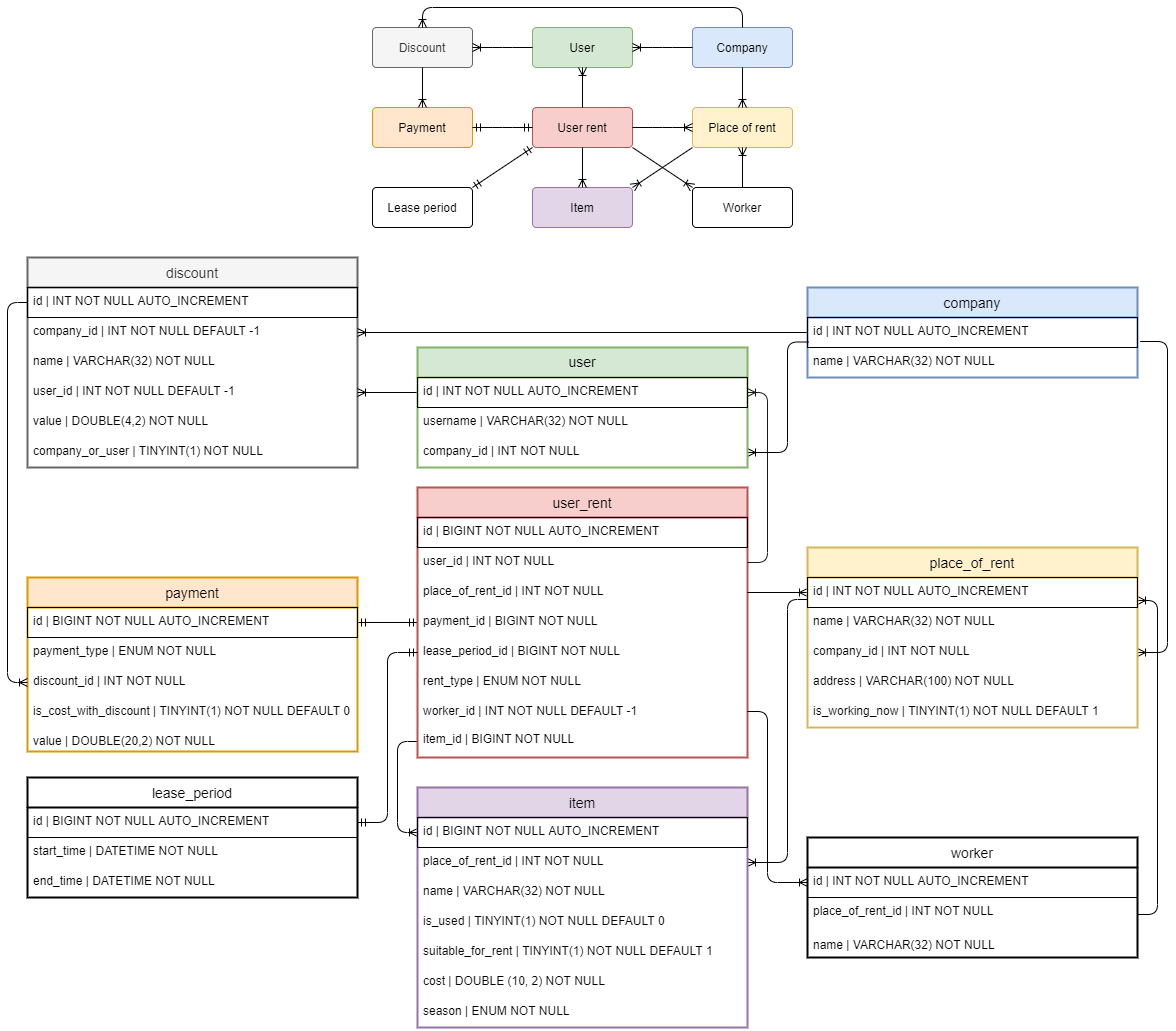
Above: erd/v3.png in Anastasia-Semenova/11-904_DB (draw.io), before the change. Source tidied: cells renumbered, new cells last; positions are measured from the earlier drawing's top-left corner, leaving out a move shared by most shapes.
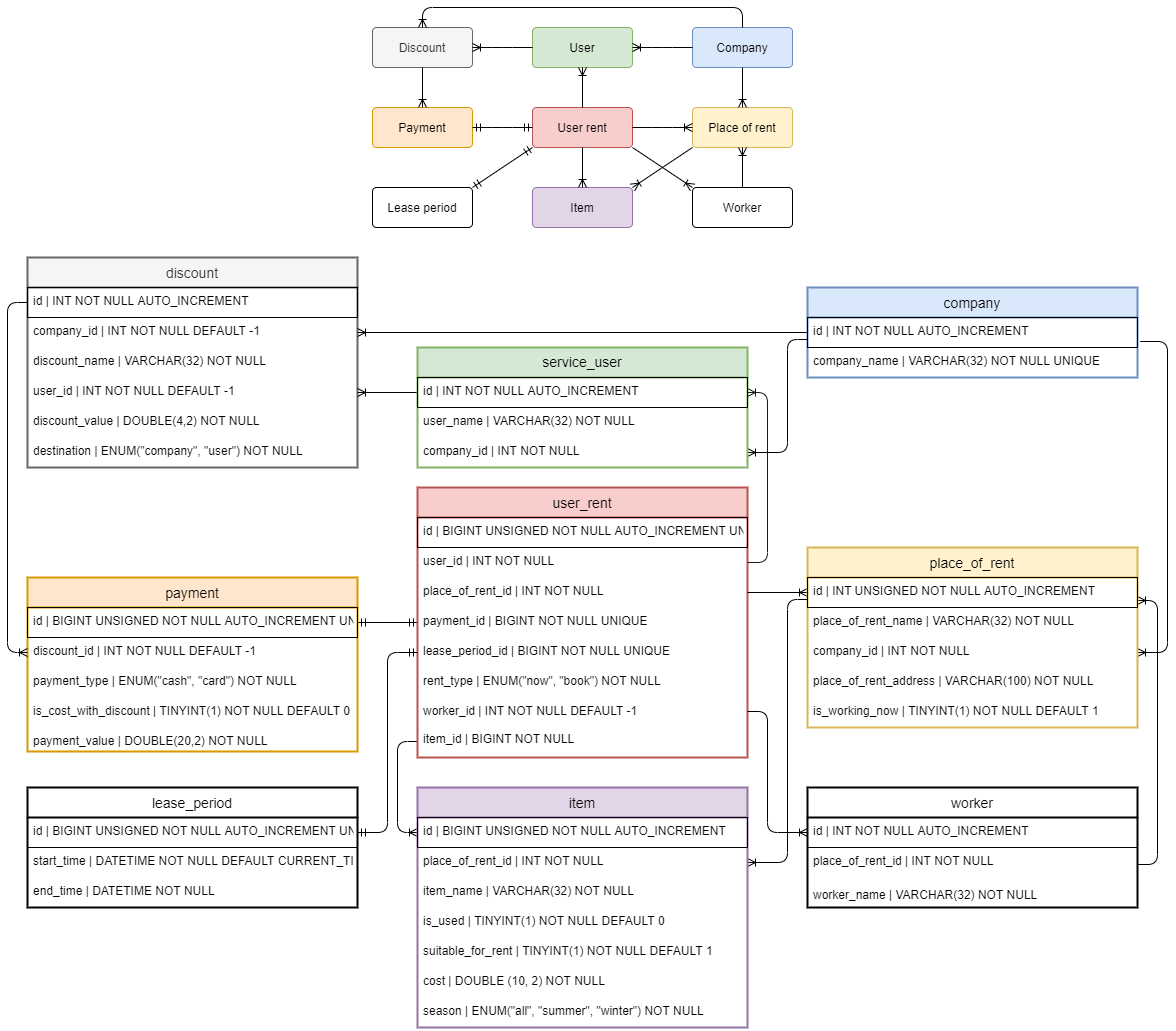
Later version of the same file.

Diff of the diagram source:
```diff
@@ -13,3 +13,3 @@
     </mxCell>
-    <mxCell id="5" value="name | VARCHAR(32) NOT NULL" style="text;strokeColor=none;fillColor=none;spacingLeft=4;spacingRight=4;overflow=hidden;fontSize=12;sketch=0;shadow=0;" parent="2" vertex="1">
+    <mxCell id="5" value="discount_name | VARCHAR(32) NOT NULL" style="text;strokeColor=none;fillColor=none;spacingLeft=4;spacingRight=4;overflow=hidden;fontSize=12;sketch=0;shadow=0;" parent="2" vertex="1">
       <mxGeometry y="90" width="330" height="30" as="geometry" />
@@ -19,6 +19,6 @@
     </mxCell>
-    <mxCell id="7" value="value | DOUBLE(4,2) NOT NULL" style="text;strokeColor=none;fillColor=none;spacingLeft=4;spacingRight=4;overflow=hidden;fontSize=12;sketch=0;shadow=0;" parent="2" vertex="1">
+    <mxCell id="7" value="discount_value | DOUBLE(4,2) NOT NULL" style="text;strokeColor=none;fillColor=none;spacingLeft=4;spacingRight=4;overflow=hidden;fontSize=12;sketch=0;shadow=0;" parent="2" vertex="1">
       <mxGeometry y="150" width="330" height="30" as="geometry" />
     </mxCell>
-    <mxCell id="8" value="company_or_user | TINYINT(1) NOT NULL" style="text;strokeColor=none;fillColor=none;spacingLeft=4;spacingRight=4;overflow=hidden;fontSize=12;sketch=0;shadow=0;" parent="2" vertex="1">
+    <mxCell id="8" value="destination | ENUM(&quot;company&quot;, &quot;user&quot;) NOT NULL" style="text;strokeColor=none;fillColor=none;spacingLeft=4;spacingRight=4;overflow=hidden;fontSize=12;sketch=0;shadow=0;" parent="2" vertex="1">
       <mxGeometry y="180" width="330" height="30" as="geometry" />
@@ -40,3 +40,3 @@
     </mxCell>
-    <mxCell id="12" value="id | BIGINT NOT NULL AUTO_INCREMENT" style="text;fillColor=none;spacingLeft=4;spacingRight=4;overflow=hidden;fontSize=12;strokeColor=#000000;sketch=0;shadow=0;" parent="11" vertex="1">
+    <mxCell id="12" value="id | BIGINT UNSIGNED NOT NULL AUTO_INCREMENT UNIQUE" style="text;fillColor=none;spacingLeft=4;spacingRight=4;overflow=hidden;fontSize=12;strokeColor=#000000;sketch=0;shadow=0;" parent="11" vertex="1">
       <mxGeometry y="30" width="330" height="30" as="geometry" />
@@ -49,9 +49,9 @@
     </mxCell>
-    <mxCell id="15" value="payment_id | BIGINT NOT NULL" style="text;strokeColor=none;fillColor=none;spacingLeft=4;spacingRight=4;overflow=hidden;points=[[0,0.5],[1,0.5]];portConstraint=eastwest;fontSize=12;sketch=0;shadow=0;" parent="11" vertex="1">
+    <mxCell id="15" value="payment_id | BIGINT NOT NULL UNIQUE" style="text;strokeColor=none;fillColor=none;spacingLeft=4;spacingRight=4;overflow=hidden;points=[[0,0.5],[1,0.5]];portConstraint=eastwest;fontSize=12;sketch=0;shadow=0;" parent="11" vertex="1">
       <mxGeometry y="120" width="330" height="30" as="geometry" />
     </mxCell>
-    <mxCell id="16" value="lease_period_id | BIGINT NOT NULL" style="text;strokeColor=none;fillColor=none;spacingLeft=4;spacingRight=4;overflow=hidden;points=[[0,0.5],[1,0.5]];portConstraint=eastwest;fontSize=12;sketch=0;shadow=0;" parent="11" vertex="1">
+    <mxCell id="16" value="lease_period_id | BIGINT NOT NULL UNIQUE" style="text;strokeColor=none;fillColor=none;spacingLeft=4;spacingRight=4;overflow=hidden;points=[[0,0.5],[1,0.5]];portConstraint=eastwest;fontSize=12;sketch=0;shadow=0;" parent="11" vertex="1">
       <mxGeometry y="150" width="330" height="30" as="geometry" />
     </mxCell>
-    <mxCell id="17" value="rent_type | ENUM NOT NULL" style="text;strokeColor=none;fillColor=none;spacingLeft=4;spacingRight=4;overflow=hidden;fontSize=12;sketch=0;shadow=0;" parent="11" vertex="1">
+    <mxCell id="17" value="rent_type | ENUM(&quot;now&quot;, &quot;book&quot;) NOT NULL" style="text;strokeColor=none;fillColor=none;spacingLeft=4;spacingRight=4;overflow=hidden;fontSize=12;sketch=0;shadow=0;" parent="11" vertex="1">
       <mxGeometry y="180" width="330" height="30" as="geometry" />
@@ -64,3 +64,3 @@
     </mxCell>
-    <mxCell id="20" style="fontSize=12;html=1;endArrow=ERoneToMany;exitX=0;exitY=0.5;exitDx=0;exitDy=0;sketch=0;shadow=0;elbow=vertical;" parent="1" edge="1" source="22" target="4">
+    <mxCell id="20" style="fontSize=12;html=1;endArrow=ERoneToMany;exitX=0;exitY=0.5;exitDx=0;exitDy=0;sketch=0;shadow=0;elbow=vertical;fillColor=#d5e8d4;" parent="1" edge="1" source="22" target="4">
       <mxGeometry relative="1" as="geometry" />
@@ -73,9 +73,9 @@
     </mxCell>
-    <mxCell id="23" value="name | VARCHAR(32) NOT NULL" style="text;strokeColor=none;fillColor=none;spacingLeft=4;spacingRight=4;overflow=hidden;fontSize=12;sketch=0;shadow=0;" parent="21" vertex="1">
+    <mxCell id="23" value="company_name | VARCHAR(32) NOT NULL UNIQUE" style="text;strokeColor=none;fillColor=none;spacingLeft=4;spacingRight=4;overflow=hidden;fontSize=12;sketch=0;shadow=0;" parent="21" vertex="1">
       <mxGeometry y="60" width="330" height="30" as="geometry" />
     </mxCell>
-    <mxCell id="24" style="fontSize=12;html=1;endArrow=ERoneToMany;exitX=0;exitY=0.5;exitDx=0;exitDy=0;sketch=0;exitPerimeter=0;shadow=0;entryX=1;entryY=0.5;entryDx=0;entryDy=0;" parent="1" edge="1" source="29" target="6">
+    <mxCell id="24" style="fontSize=12;html=1;endArrow=ERoneToMany;exitX=0;exitY=0.5;exitDx=0;exitDy=0;sketch=0;exitPerimeter=0;shadow=0;entryX=1;entryY=0.5;entryDx=0;entryDy=0;fillColor=#d5e8d4;" parent="1" edge="1" source="29" target="6">
       <mxGeometry relative="1" as="geometry" />
     </mxCell>
-    <mxCell id="25" style="fontSize=12;html=1;endArrow=ERoneToMany;exitX=1.008;exitY=0.8;exitDx=0;exitDy=0;entryX=1;entryY=0.5;entryDx=0;entryDy=0;sketch=0;exitPerimeter=0;shadow=0;edgeStyle=elbowEdgeStyle;" parent="1" edge="1" source="22" target="43">
+    <mxCell id="25" style="fontSize=12;html=1;endArrow=ERoneToMany;exitX=1.008;exitY=0.8;exitDx=0;exitDy=0;entryX=1;entryY=0.5;entryDx=0;entryDy=0;sketch=0;exitPerimeter=0;shadow=0;edgeStyle=elbowEdgeStyle;noLabel=1;fontColor=none;fillColor=#d5e8d4;" parent="1" edge="1" source="22" target="43">
       <mxGeometry relative="1" as="geometry">
@@ -86,3 +86,3 @@
     </mxCell>
-    <mxCell id="26" style="fontSize=12;html=1;endArrow=ERoneToMany;exitX=0.004;exitY=0.817;exitDx=0;exitDy=0;entryX=1;entryY=0.5;entryDx=0;entryDy=0;sketch=0;shadow=0;exitPerimeter=0;edgeStyle=elbowEdgeStyle;" parent="1" edge="1" source="22" target="31">
+    <mxCell id="26" style="fontSize=12;html=1;endArrow=ERoneToMany;exitX=0;exitY=0.733;exitDx=0;exitDy=0;entryX=1;entryY=0.5;entryDx=0;entryDy=0;sketch=0;shadow=0;exitPerimeter=0;edgeStyle=elbowEdgeStyle;fillColor=#d5e8d4;" parent="1" edge="1" source="22" target="31">
       <mxGeometry relative="1" as="geometry">
@@ -97,3 +97,3 @@
     </mxCell>
-    <mxCell id="28" value="user" style="swimlane;horizontal=1;startSize=30;rounded=0;fontSize=14;fontStyle=0;strokeWidth=2;shadow=0;dashed=0;align=center;fillColor=#d5e8d4;strokeColor=#82b366;swimlaneFillColor=none;glass=0;swimlaneLine=1;verticalAlign=top;labelBorderColor=none;labelBackgroundColor=none;sketch=0;" parent="1" vertex="1">
+    <mxCell id="28" value="service_user" style="swimlane;horizontal=1;startSize=30;rounded=0;fontSize=14;fontStyle=0;strokeWidth=2;shadow=0;dashed=0;align=center;fillColor=#d5e8d4;strokeColor=#82b366;swimlaneFillColor=none;glass=0;swimlaneLine=1;verticalAlign=top;labelBorderColor=none;labelBackgroundColor=none;sketch=0;" parent="1" vertex="1">
       <mxGeometry x="410" y="340" width="330" height="120" as="geometry" />
@@ -103,3 +103,3 @@
     </mxCell>
-    <mxCell id="30" value="username | VARCHAR(32) NOT NULL" style="text;strokeColor=none;fillColor=none;spacingLeft=4;spacingRight=4;overflow=hidden;fontSize=12;sketch=0;shadow=0;" parent="28" vertex="1">
+    <mxCell id="30" value="user_name | VARCHAR(32) NOT NULL" style="text;strokeColor=none;fillColor=none;spacingLeft=4;spacingRight=4;overflow=hidden;fontSize=12;sketch=0;shadow=0;" parent="28" vertex="1">
       <mxGeometry y="60" width="330" height="30" as="geometry" />
@@ -112,11 +112,11 @@
     </mxCell>
-    <mxCell id="33" value="id | BIGINT NOT NULL AUTO_INCREMENT" style="text;fillColor=none;spacingLeft=4;spacingRight=4;overflow=hidden;points=[[0,0.5],[1,0.5]];portConstraint=eastwest;fontSize=12;strokeColor=#000000;sketch=0;shadow=0;" parent="32" vertex="1">
+    <mxCell id="33" value="id | BIGINT UNSIGNED NOT NULL AUTO_INCREMENT UNIQUE" style="text;fillColor=none;spacingLeft=4;spacingRight=4;overflow=hidden;points=[[0,0.5],[1,0.5]];portConstraint=eastwest;fontSize=12;strokeColor=#000000;sketch=0;shadow=0;" parent="32" vertex="1">
       <mxGeometry y="30" width="330" height="30" as="geometry" />
     </mxCell>
+    <mxCell id="35" value="discount_id | INT NOT NULL DEFAULT -1" style="text;strokeColor=none;fillColor=none;spacingLeft=4;spacingRight=4;overflow=hidden;points=[[0,0.5],[1,0.5]];portConstraint=eastwest;fontSize=12;sketch=0;shadow=0;" parent="32" vertex="1">
+      <mxGeometry y="60" width="330" height="30" as="geometry" />
+    </mxCell>
-    <mxCell id="34" value="payment_type | ENUM NOT NULL" style="text;strokeColor=none;fillColor=none;spacingLeft=4;spacingRight=4;overflow=hidden;fontSize=12;sketch=0;shadow=0;" parent="32" vertex="1">
-      <mxGeometry y="60" width="330" height="30" as="geometry" />
+    <mxCell id="34" value="payment_type | ENUM(&quot;cash&quot;, &quot;card&quot;) NOT NULL" style="text;strokeColor=none;fillColor=none;spacingLeft=4;spacingRight=4;overflow=hidden;fontSize=12;sketch=0;shadow=0;" parent="32" vertex="1">
+      <mxGeometry y="90" width="330" height="30" as="geometry" />
     </mxCell>
-    <mxCell id="35" value="discount_id | INT NOT NULL" style="text;strokeColor=none;fillColor=none;spacingLeft=4;spacingRight=4;overflow=hidden;points=[[0,0.5],[1,0.5]];portConstraint=eastwest;fontSize=12;sketch=0;shadow=0;" parent="32" vertex="1">
-      <mxGeometry y="90" width="330" height="30" as="geometry" />
-    </mxCell>
     <mxCell id="36" value="is_cost_with_discount | TINYINT(1) NOT NULL DEFAULT 0" style="text;strokeColor=none;fillColor=none;spacingLeft=4;spacingRight=4;overflow=hidden;fontSize=12;sketch=0;shadow=0;" parent="32" vertex="1">
@@ -124,6 +124,6 @@
     </mxCell>
-    <mxCell id="37" value="value | DOUBLE(20,2) NOT NULL" style="text;strokeColor=none;fillColor=none;spacingLeft=4;spacingRight=4;overflow=hidden;fontSize=12;sketch=0;shadow=0;" parent="32" vertex="1">
+    <mxCell id="37" value="payment_value | DOUBLE(20,2) NOT NULL" style="text;strokeColor=none;fillColor=none;spacingLeft=4;spacingRight=4;overflow=hidden;fontSize=12;sketch=0;shadow=0;" parent="32" vertex="1">
       <mxGeometry y="150" width="330" height="24" as="geometry" />
     </mxCell>
-    <mxCell id="38" style="fontSize=12;html=1;endArrow=ERoneToMany;entryX=1;entryY=0.767;entryDx=0;entryDy=0;sketch=0;exitX=1;exitY=0.5;exitDx=0;exitDy=0;entryPerimeter=0;shadow=0;edgeStyle=elbowEdgeStyle;" parent="1" edge="1" source="62" target="41">
+    <mxCell id="38" style="fontSize=12;html=1;endArrow=ERoneToMany;entryX=1;entryY=0.767;entryDx=0;entryDy=0;sketch=0;exitX=1;exitY=0.5;exitDx=0;exitDy=0;entryPerimeter=0;shadow=0;edgeStyle=elbowEdgeStyle;fillColor=#d5e8d4;" parent="1" edge="1" source="62" target="41">
       <mxGeometry relative="1" as="geometry">
@@ -147,6 +147,6 @@
     </mxCell>
-    <mxCell id="41" value="id | INT NOT NULL AUTO_INCREMENT" style="text;fillColor=none;spacingLeft=4;spacingRight=4;overflow=hidden;points=[[0,0.5],[1,0.5]];portConstraint=eastwest;fontSize=12;strokeColor=#000000;sketch=0;shadow=0;" parent="40" vertex="1">
+    <mxCell id="41" value="id | INT UNSIGNED NOT NULL AUTO_INCREMENT" style="text;fillColor=none;spacingLeft=4;spacingRight=4;overflow=hidden;points=[[0,0.5],[1,0.5]];portConstraint=eastwest;fontSize=12;strokeColor=#000000;sketch=0;shadow=0;" parent="40" vertex="1">
       <mxGeometry y="30" width="330" height="30" as="geometry" />
     </mxCell>
-    <mxCell id="42" value="name | VARCHAR(32) NOT NULL" style="text;strokeColor=none;fillColor=none;spacingLeft=4;spacingRight=4;overflow=hidden;fontSize=12;sketch=0;shadow=0;" parent="40" vertex="1">
+    <mxCell id="42" value="place_of_rent_name | VARCHAR(32) NOT NULL" style="text;strokeColor=none;fillColor=none;spacingLeft=4;spacingRight=4;overflow=hidden;fontSize=12;sketch=0;shadow=0;" parent="40" vertex="1">
       <mxGeometry y="60" width="330" height="30" as="geometry" />
@@ -156,3 +156,3 @@
     </mxCell>
-    <mxCell id="44" value="address | VARCHAR(100) NOT NULL" style="text;strokeColor=none;fillColor=none;spacingLeft=4;spacingRight=4;overflow=hidden;fontSize=12;sketch=0;shadow=0;" parent="40" vertex="1">
+    <mxCell id="44" value="place_of_rent_address | VARCHAR(100) NOT NULL" style="text;strokeColor=none;fillColor=none;spacingLeft=4;spacingRight=4;overflow=hidden;fontSize=12;sketch=0;shadow=0;" parent="40" vertex="1">
       <mxGeometry y="120" width="330" height="30" as="geometry" />
@@ -165,2 +165,4 @@
         <Array as="points">
+          <mxPoint x="380" y="710" />
+          <mxPoint x="370" y="730" />
           <mxPoint x="380" y="730" />
@@ -169,3 +171,3 @@
     </mxCell>
-    <mxCell id="47" style="fontSize=12;html=1;endArrow=ERoneToMany;entryX=1;entryY=0.5;entryDx=0;entryDy=0;sketch=0;exitX=0;exitY=0.733;exitDx=0;exitDy=0;shadow=0;edgeStyle=elbowEdgeStyle;exitPerimeter=0;" parent="1" edge="1" source="41" target="50">
+    <mxCell id="47" style="fontSize=12;html=1;endArrow=ERoneToMany;entryX=1;entryY=0.5;entryDx=0;entryDy=0;sketch=0;exitX=0;exitY=0.733;exitDx=0;exitDy=0;shadow=0;edgeStyle=elbowEdgeStyle;exitPerimeter=0;fillColor=#d5e8d4;" parent="1" edge="1" source="41" target="50">
       <mxGeometry relative="1" as="geometry">
@@ -180,3 +182,3 @@
     </mxCell>
-    <mxCell id="49" value="id | BIGINT NOT NULL AUTO_INCREMENT" style="text;fillColor=none;spacingLeft=4;spacingRight=4;overflow=hidden;points=[[0,0.5],[1,0.5]];portConstraint=eastwest;fontSize=12;strokeColor=#000000;sketch=0;shadow=0;" parent="48" vertex="1">
+    <mxCell id="49" value="id | BIGINT UNSIGNED NOT NULL AUTO_INCREMENT" style="text;fillColor=none;spacingLeft=4;spacingRight=4;overflow=hidden;points=[[0,0.5],[1,0.5]];portConstraint=eastwest;fontSize=12;strokeColor=#000000;sketch=0;shadow=0;" parent="48" vertex="1">
       <mxGeometry y="30" width="330" height="30" as="geometry" />
@@ -186,3 +188,3 @@
     </mxCell>
-    <mxCell id="51" value="name | VARCHAR(32) NOT NULL" style="text;strokeColor=none;fillColor=none;spacingLeft=4;spacingRight=4;overflow=hidden;fontSize=12;sketch=0;shadow=0;" parent="48" vertex="1">
+    <mxCell id="51" value="item_name | VARCHAR(32) NOT NULL" style="text;strokeColor=none;fillColor=none;spacingLeft=4;spacingRight=4;overflow=hidden;fontSize=12;sketch=0;shadow=0;" parent="48" vertex="1">
       <mxGeometry y="90" width="330" height="30" as="geometry" />
@@ -198,3 +200,3 @@
     </mxCell>
-    <mxCell id="55" value="season | ENUM NOT NULL" style="text;strokeColor=none;fillColor=none;spacingLeft=4;spacingRight=4;overflow=hidden;fontSize=12;sketch=0;shadow=0;" parent="48" vertex="1">
+    <mxCell id="55" value="season | ENUM(&quot;all&quot;, &quot;summer&quot;, &quot;winter&quot;) NOT NULL" style="text;strokeColor=none;fillColor=none;spacingLeft=4;spacingRight=4;overflow=hidden;fontSize=12;sketch=0;shadow=0;" parent="48" vertex="1">
       <mxGeometry y="210" width="330" height="30" as="geometry" />
@@ -202,8 +204,8 @@
     <mxCell id="56" value="lease_period" style="swimlane;horizontal=1;startSize=30;rounded=0;fontSize=14;fontStyle=0;strokeWidth=2;shadow=0;dashed=0;align=center;glass=0;labelBackgroundColor=none;sketch=0;swimlaneLine=1;" parent="1" vertex="1">
-      <mxGeometry x="20" y="770" width="330" height="120" as="geometry" />
+      <mxGeometry x="20" y="780" width="330" height="120" as="geometry" />
     </mxCell>
-    <mxCell id="57" value="id | BIGINT NOT NULL AUTO_INCREMENT" style="text;fillColor=none;spacingLeft=4;spacingRight=4;overflow=hidden;points=[[0,0.5],[1,0.5]];portConstraint=eastwest;fontSize=12;strokeColor=#000000;sketch=0;shadow=0;" parent="56" vertex="1">
+    <mxCell id="57" value="id | BIGINT UNSIGNED NOT NULL AUTO_INCREMENT UNIQUE" style="text;fillColor=none;spacingLeft=4;spacingRight=4;overflow=hidden;points=[[0,0.5],[1,0.5]];portConstraint=eastwest;fontSize=12;strokeColor=#000000;sketch=0;shadow=0;" parent="56" vertex="1">
       <mxGeometry y="30" width="330" height="30" as="geometry" />
     </mxCell>
-    <mxCell id="58" value="start_time | DATETIME NOT NULL" style="text;strokeColor=none;fillColor=none;spacingLeft=4;spacingRight=4;overflow=hidden;fontSize=12;sketch=0;shadow=0;" parent="56" vertex="1">
+    <mxCell id="58" value="start_time | DATETIME NOT NULL DEFAULT CURRENT_TIMESTAMP&#10;" style="text;strokeColor=none;fillColor=none;spacingLeft=4;spacingRight=4;overflow=hidden;fontSize=12;sketch=0;shadow=0;" parent="56" vertex="1">
       <mxGeometry y="60" width="330" height="30" as="geometry" />
@@ -214,3 +216,3 @@
     <mxCell id="60" value="worker" style="swimlane;horizontal=1;startSize=30;rounded=0;fontSize=14;fontStyle=0;strokeWidth=2;shadow=0;dashed=0;align=center;glass=0;labelBackgroundColor=none;sketch=0;swimlaneLine=1;" parent="1" vertex="1">
-      <mxGeometry x="800" y="830" width="330" height="120" as="geometry" />
+      <mxGeometry x="800" y="780" width="330" height="120" as="geometry" />
     </mxCell>
@@ -222,3 +224,3 @@
     </mxCell>
-    <mxCell id="63" value="name | VARCHAR(32) NOT NULL" style="text;strokeColor=none;fillColor=none;spacingLeft=4;spacingRight=4;overflow=hidden;fontSize=12;sketch=0;shadow=0;" parent="60" vertex="1">
+    <mxCell id="63" value="worker_name | VARCHAR(32) NOT NULL" style="text;strokeColor=none;fillColor=none;spacingLeft=4;spacingRight=4;overflow=hidden;fontSize=12;sketch=0;shadow=0;" parent="60" vertex="1">
       <mxGeometry y="94" width="330" height="26" as="geometry" />
@@ -263,3 +265,3 @@
     </mxCell>
-    <mxCell id="75" style="fontSize=12;html=1;endArrow=ERoneToMany;shadow=0;exitX=0;exitY=0.5;exitDx=0;exitDy=0;entryX=0;entryY=0.5;entryDx=0;entryDy=0;edgeStyle=elbowEdgeStyle;" parent="1" edge="1" source="3" target="35">
+    <mxCell id="75" style="fontSize=12;html=1;endArrow=ERoneToMany;shadow=0;exitX=0;exitY=0.5;exitDx=0;exitDy=0;entryX=0;entryY=0.5;entryDx=0;entryDy=0;edgeStyle=elbowEdgeStyle;fillColor=#d5e8d4;" parent="1" edge="1" source="3" target="35">
       <mxGeometry relative="1" as="geometry">
```
